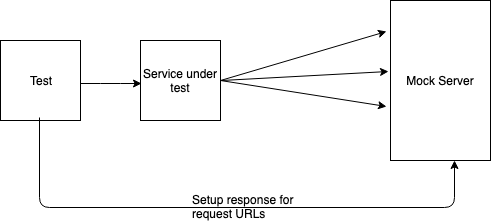
ArunKumarJain/mock-server keeps this draw.io diagram as images/add_response_json.png. Above is the earlier version. Source tidied: cells renumbered, new cells last; positions are measured from the earlier drawing's top-left corner, leaving out a move shared by most shapes.
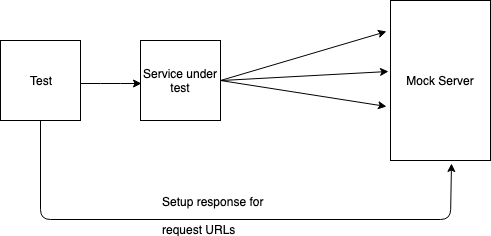
The same file after the commit.

What changed in the source:
```diff
@@ -24,16 +24,6 @@
     <mxCell id="7" value="Test&lt;br&gt;" style="whiteSpace=wrap;html=1;" parent="1" vertex="1">
       <mxGeometry y="40" width="80" height="80" as="geometry" />
     </mxCell>
-    <mxCell id="8" style="endArrow=classic;html=1;entryX=0.65;entryY=1.019;entryDx=0;entryDy=0;entryPerimeter=0;exitX=0.5;exitY=1;exitDx=0;exitDy=0;" parent="1" edge="1">
-      <mxGeometry relative="1" as="geometry">
-        <mxPoint x="39" y="117" as="sourcePoint" />
-        <mxPoint x="454" y="160" as="targetPoint" />
-        <Array as="points">
-          <mxPoint x="39" y="207" />
-          <mxPoint x="454" y="207" />
-        </Array>
-      </mxGeometry>
-    </mxCell>
     <mxCell id="9" style="endArrow=classic;html=1;entryX=0.013;entryY=0.65;entryDx=0;entryDy=0;entryPerimeter=0;exitX=1;exitY=0.65;exitDx=0;exitDy=0;exitPerimeter=0;" parent="1" edge="1">
       <mxGeometry relative="1" as="geometry">
         <mxPoint x="80" y="83" as="sourcePoint" />
@@ -43,8 +33,16 @@
         </Array>
       </mxGeometry>
     </mxCell>
-    <mxCell id="10" value="Setup response for&amp;nbsp;&lt;br&gt;request URLs&lt;br&gt;" style="text;html=1;align=left;verticalAlign=top;spacingTop=-4;" parent="1" vertex="1">
-      <mxGeometry x="190" y="190" width="120" height="30" as="geometry" />
+    <mxCell id="10" value="Setup response for&lt;br&gt;&amp;nbsp;&lt;br&gt;request URLs&lt;br&gt;" style="text;html=1;align=left;verticalAlign=top;spacingTop=-4;" parent="1" vertex="1">
+      <mxGeometry x="160" y="192" width="120" height="40" as="geometry" />
     </mxCell>
+    <mxCell id="11" style="endArrow=classic;html=1;exitX=0.5;exitY=1;exitDx=0;exitDy=0;entryX=0.61;entryY=1.019;entryDx=0;entryDy=0;entryPerimeter=0;" parent="1" edge="1" source="7" target="2">
+      <mxGeometry relative="1" as="geometry">
+        <Array as="points">
+          <mxPoint x="40" y="219" />
+          <mxPoint x="450" y="219" />
+        </Array>
+      </mxGeometry>
+    </mxCell>
   </root>
 </mxGraphModel>
```
